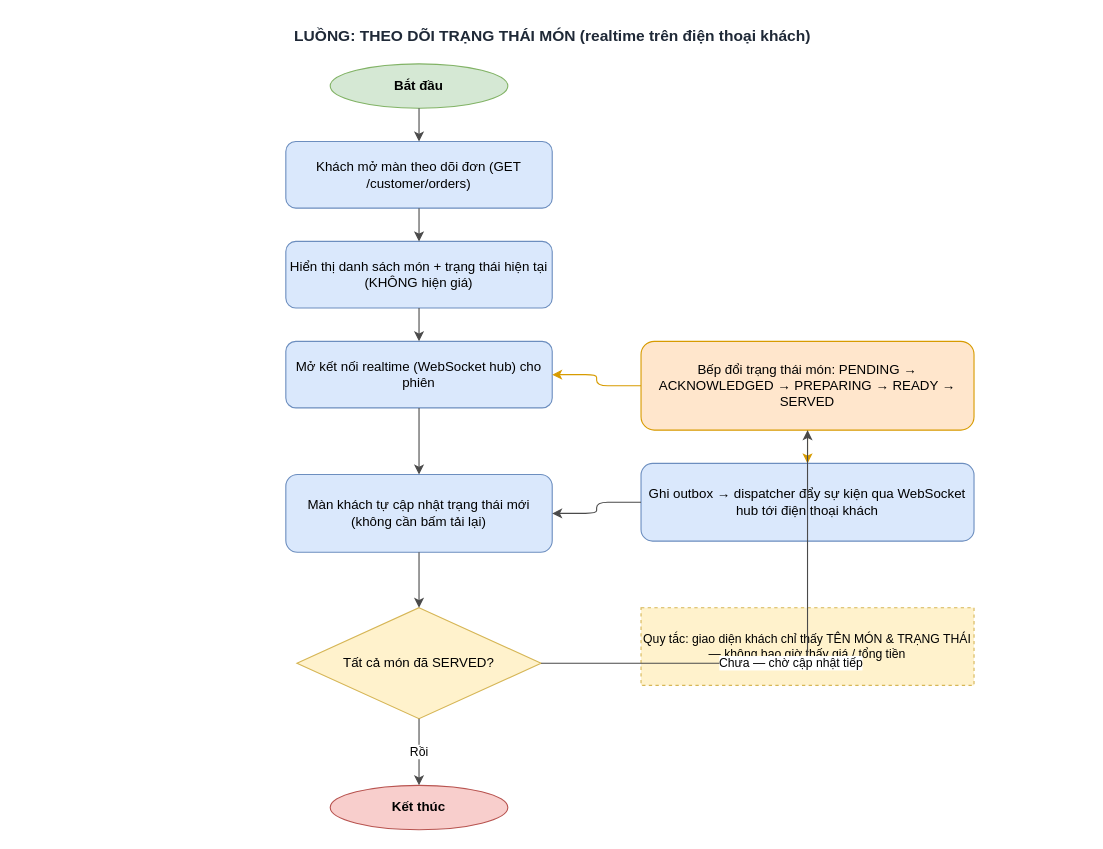
The draw.io diagram page "2. Theo doi trang thai mon" (2 of 2) of docs/diagrams/luong-goi-nv-theo-doi-mon.drawio in thanhhoa3514/restaurant-management, before the edit. Source tidied: cells renumbered, new cells numbered last; positions are measured from the earlier drawing's top-left corner, leaving out a move shared by most shapes. Both pictures are drawn from the tidied source at 111%, with x=0, y=0 at pixel (19, 19).
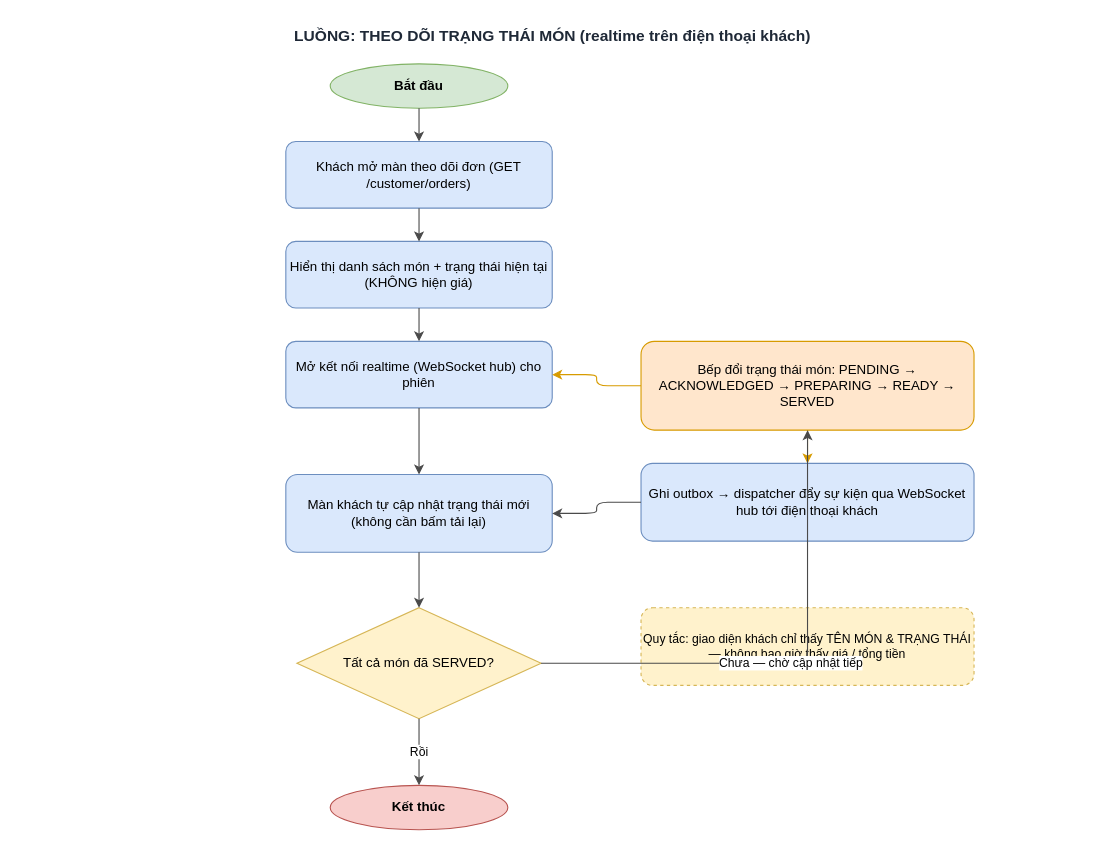
After the change.

Diff of the diagram source:
```diff
@@
-    <mxCell id="12" value="Quy tắc: giao diện khách chỉ thấy TÊN MÓN &amp; TRẠNG THÁI — không bao giờ thấy giá / tổng tiền" style="rounded=0;whiteSpace=wrap;html=1;dashed=1;fillColor=#FFF2CC;strokeColor=#D6B656;fontSize=11;" parent="1" vertex="1">
+    <mxCell id="12" value="Quy tắc: giao diện khách chỉ thấy TÊN MÓN &amp; TRẠNG THÁI — không bao giờ thấy giá / tổng tiền" style="rounded=1;whiteSpace=wrap;html=1;dashed=1;fillColor=#FFF2CC;strokeColor=#D6B656;fontSize=11;" parent="1" vertex="1">
       <mxGeometry x="560" y="530" width="300" height="70" as="geometry" />
     </mxCell>
```
